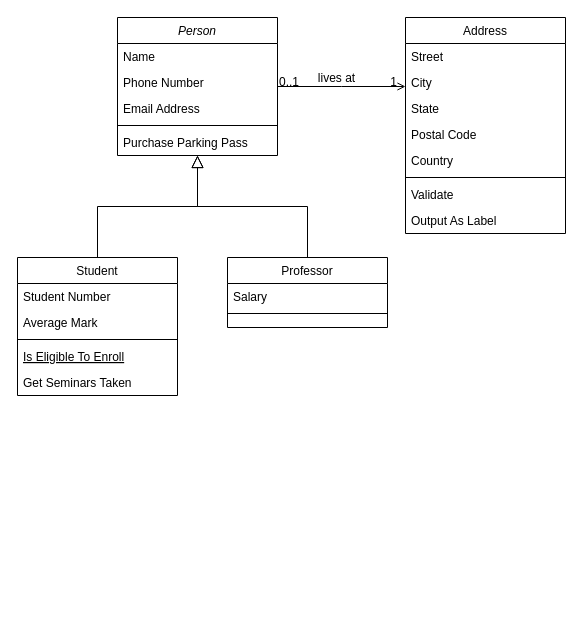
thitiwut1234/React_Course keeps this draw.io diagram as DB.drawio. Above is the earlier version. Source tidied: cells renumbered, new cells numbered last; positions are measured from the earlier drawing's top-left corner, leaving out a move shared by most shapes. Both pictures are drawn from the tidied source at 100%, with x=0, y=0 at pixel (17, 17).
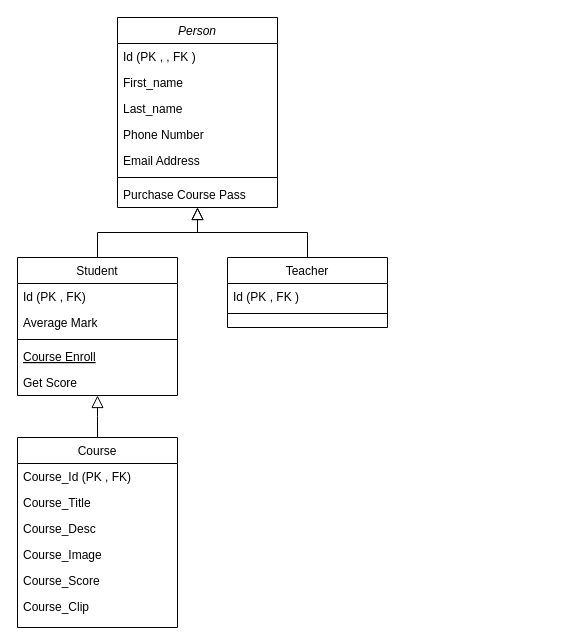
The same page after the edit.

Unchanged cells that the change refers to:
```xml
<mxCell id="8" value="Student" style="swimlane;fontStyle=0;align=center;verticalAlign=top;horizontal=1;startSize=26;rounded=0;shadow=0;strokeWidth=1;" parent="1" vertex="1">
  <mxGeometry y="240" width="160" height="138" as="geometry" />
</mxCell>
```

Change to the diagram source:
```diff
@@
     <mxCell id="2" value="Person" style="swimlane;fontStyle=2;align=center;verticalAlign=top;horizontal=1;startSize=26;rounded=0;shadow=0;strokeWidth=1;" parent="1" vertex="1">
-      <mxGeometry x="100" width="160" height="138" as="geometry" />
+      <mxGeometry x="100" width="160" height="190" as="geometry" />
     </mxCell>
-    <mxCell id="3" value="Name" style="text;align=left;verticalAlign=top;spacingLeft=4;spacingRight=4;overflow=hidden;" parent="2" vertex="1">
+    <mxCell id="3" value="Id (PK , , FK ) " style="text;align=left;verticalAlign=top;spacingLeft=4;spacingRight=4;overflow=hidden;" parent="2" vertex="1">
       <mxGeometry y="26" width="160" height="26" as="geometry" />
     </mxCell>
+    <mxCell id="32" value="First_name" style="text;align=left;verticalAlign=top;spacingLeft=4;spacingRight=4;overflow=hidden;" parent="2" vertex="1">
+      <mxGeometry y="52" width="160" height="26" as="geometry" />
+    </mxCell>
+    <mxCell id="33" value="Last_name" style="text;align=left;verticalAlign=top;spacingLeft=4;spacingRight=4;overflow=hidden;" parent="2" vertex="1">
+      <mxGeometry y="78" width="160" height="26" as="geometry" />
+    </mxCell>
     <mxCell id="4" value="Phone Number" style="text;align=left;verticalAlign=top;spacingLeft=4;spacingRight=4;overflow=hidden;rounded=0;shadow=0;html=0;" parent="2" vertex="1">
-      <mxGeometry y="52" width="160" height="26" as="geometry" />
+      <mxGeometry y="104" width="160" height="26" as="geometry" />
     </mxCell>
     <mxCell id="5" value="Email Address" style="text;align=left;verticalAlign=top;spacingLeft=4;spacingRight=4;overflow=hidden;rounded=0;shadow=0;html=0;" parent="2" vertex="1">
-      <mxGeometry y="78" width="160" height="26" as="geometry" />
+      <mxGeometry y="130" width="160" height="26" as="geometry" />
     </mxCell>
     <mxCell id="6" style="line;html=1;strokeWidth=1;align=left;verticalAlign=middle;spacingTop=-1;spacingLeft=3;spacingRight=3;labelPosition=right;" parent="2" vertex="1">
-      <mxGeometry y="104" width="160" height="8" as="geometry" />
+      <mxGeometry y="156" width="160" height="8" as="geometry" />
     </mxCell>
-    <mxCell id="7" value="Purchase Parking Pass" style="text;align=left;verticalAlign=top;spacingLeft=4;spacingRight=4;overflow=hidden;" parent="2" vertex="1">
-      <mxGeometry y="112" width="160" height="26" as="geometry" />
+    <mxCell id="7" value="Purchase Course Pass" style="text;align=left;verticalAlign=top;spacingLeft=4;spacingRight=4;overflow=hidden;" parent="2" vertex="1">
+      <mxGeometry y="164" width="160" height="26" as="geometry" />
     </mxCell>
@@
-    <mxCell id="9" value="Student Number" style="text;align=left;verticalAlign=top;spacingLeft=4;spacingRight=4;overflow=hidden;" parent="8" vertex="1">
+    <mxCell id="9" value="Id (PK , FK)" style="text;align=left;verticalAlign=top;spacingLeft=4;spacingRight=4;overflow=hidden;" parent="8" vertex="1">
       <mxGeometry y="26" width="160" height="26" as="geometry" />
     </mxCell>
@@
-    <mxCell id="12" value="Is Eligible To Enroll" style="text;align=left;verticalAlign=top;spacingLeft=4;spacingRight=4;overflow=hidden;fontStyle=4;" parent="8" vertex="1">
+    <mxCell id="12" value="Course Enroll" style="text;align=left;verticalAlign=top;spacingLeft=4;spacingRight=4;overflow=hidden;fontStyle=4;" parent="8" vertex="1">
       <mxGeometry y="86" width="160" height="26" as="geometry" />
     </mxCell>
-    <mxCell id="13" value="Get Seminars Taken" style="text;align=left;verticalAlign=top;spacingLeft=4;spacingRight=4;overflow=hidden;" parent="8" vertex="1">
+    <mxCell id="13" value="Get Score" style="text;align=left;verticalAlign=top;spacingLeft=4;spacingRight=4;overflow=hidden;" parent="8" vertex="1">
       <mxGeometry y="112" width="160" height="26" as="geometry" />
     </mxCell>
@@
-    <mxCell id="15" value="Professor" style="swimlane;fontStyle=0;align=center;verticalAlign=top;horizontal=1;startSize=26;rounded=0;shadow=0;strokeWidth=1;" parent="1" vertex="1">
+    <mxCell id="15" value="Teacher" style="swimlane;fontStyle=0;align=center;verticalAlign=top;horizontal=1;startSize=26;rounded=0;shadow=0;strokeWidth=1;" parent="1" vertex="1">
       <mxGeometry x="210" y="240" width="160" height="70" as="geometry" />
     </mxCell>
-    <mxCell id="16" value="Salary" style="text;align=left;verticalAlign=top;spacingLeft=4;spacingRight=4;overflow=hidden;" parent="15" vertex="1">
+    <mxCell id="16" value="Id (PK , FK )" style="text;align=left;verticalAlign=top;spacingLeft=4;spacingRight=4;overflow=hidden;" parent="15" vertex="1">
       <mxGeometry y="26" width="160" height="26" as="geometry" />
     </mxCell>
@@
-    <mxCell id="19" value="Address" style="swimlane;fontStyle=0;align=center;verticalAlign=top;horizontal=1;startSize=26;rounded=0;shadow=0;strokeWidth=1;" parent="1" vertex="1">
-      <mxGeometry x="388" width="160" height="216" as="geometry" />
-    </mxCell>
-    <mxCell id="20" value="Street" style="text;align=left;verticalAlign=top;spacingLeft=4;spacingRight=4;overflow=hidden;" parent="19" vertex="1">
-      <mxGeometry y="26" width="160" height="26" as="geometry" />
-    </mxCell>
-    <mxCell id="21" value="City" style="text;align=left;verticalAlign=top;spacingLeft=4;spacingRight=4;overflow=hidden;rounded=0;shadow=0;html=0;" parent="19" vertex="1">
-      <mxGeometry y="52" width="160" height="26" as="geometry" />
-    </mxCell>
-    <mxCell id="22" value="State" style="text;align=left;verticalAlign=top;spacingLeft=4;spacingRight=4;overflow=hidden;rounded=0;shadow=0;html=0;" parent="19" vertex="1">
-      <mxGeometry y="78" width="160" height="26" as="geometry" />
-    </mxCell>
-    <mxCell id="23" value="Postal Code" style="text;align=left;verticalAlign=top;spacingLeft=4;spacingRight=4;overflow=hidden;rounded=0;shadow=0;html=0;" parent="19" vertex="1">
-      <mxGeometry y="104" width="160" height="26" as="geometry" />
-    </mxCell>
-    <mxCell id="24" value="Country" style="text;align=left;verticalAlign=top;spacingLeft=4;spacingRight=4;overflow=hidden;rounded=0;shadow=0;html=0;" parent="19" vertex="1">
-      <mxGeometry y="130" width="160" height="26" as="geometry" />
-    </mxCell>
-    <mxCell id="25" style="line;html=1;strokeWidth=1;align=left;verticalAlign=middle;spacingTop=-1;spacingLeft=3;spacingRight=3;labelPosition=right;" parent="19" vertex="1">
-      <mxGeometry y="156" width="160" height="8" as="geometry" />
-    </mxCell>
-    <mxCell id="26" value="Validate" style="text;align=left;verticalAlign=top;spacingLeft=4;spacingRight=4;overflow=hidden;" parent="19" vertex="1">
-      <mxGeometry y="164" width="160" height="26" as="geometry" />
-    </mxCell>
-    <mxCell id="27" value="Output As Label" style="text;align=left;verticalAlign=top;spacingLeft=4;spacingRight=4;overflow=hidden;" parent="19" vertex="1">
-      <mxGeometry y="190" width="160" height="26" as="geometry" />
-    </mxCell>
-    <mxCell id="28" style="endArrow=open;shadow=0;strokeWidth=1;rounded=0;endFill=1;edgeStyle=elbowEdgeStyle;elbow=vertical;" parent="1" edge="1" source="2" target="19">
-      <mxGeometry x="0.5" y="41" relative="1" as="geometry">
-        <mxPoint x="-40" y="32" as="offset" />
-      </mxGeometry>
-    </mxCell>
-    <mxCell id="29" value="0..1" style="align=left;verticalAlign=bottom;labelBackgroundColor=none;fontSize=12;" parent="28" vertex="1">
-      <mxGeometry x="-1" relative="1" as="geometry">
-        <mxPoint y="4" as="offset" />
-      </mxGeometry>
-    </mxCell>
-    <mxCell id="30" value="1" style="align=right;verticalAlign=bottom;labelBackgroundColor=none;fontSize=12;" parent="28" vertex="1">
-      <mxGeometry x="1" relative="1" as="geometry">
-        <mxPoint x="-7" y="4" as="offset" />
-      </mxGeometry>
-    </mxCell>
-    <mxCell id="31" value="lives at" style="text;html=1;align=center;verticalAlign=middle;labelBackgroundColor=none;rounded=0;shadow=0;strokeWidth=1;fontSize=12;" parent="28" vertex="1">
-      <mxGeometry x="0.5" y="49" relative="1" as="geometry">
-        <mxPoint x="-38" y="40" as="offset" />
-      </mxGeometry>
-    </mxCell>
+    <mxCell id="34" style="endArrow=block;endSize=10;endFill=0;shadow=0;strokeWidth=1;rounded=0;edgeStyle=elbowEdgeStyle;elbow=vertical;" parent="1" edge="1">
+      <mxGeometry relative="1" as="geometry">
+        <mxPoint x="80" y="420" as="sourcePoint" />
+        <mxPoint x="80" y="378" as="targetPoint" />
+      </mxGeometry>
+    </mxCell>
+    <mxCell id="35" value="Course" style="swimlane;fontStyle=0;align=center;verticalAlign=top;horizontal=1;startSize=26;rounded=0;shadow=0;strokeWidth=1;" parent="1" vertex="1">
+      <mxGeometry y="420" width="160" height="190" as="geometry" />
+    </mxCell>
+    <mxCell id="36" value="Course_Id (PK , FK)" style="text;align=left;verticalAlign=top;spacingLeft=4;spacingRight=4;overflow=hidden;" parent="35" vertex="1">
+      <mxGeometry y="26" width="160" height="26" as="geometry" />
+    </mxCell>
+    <mxCell id="37" value="Course_Title" style="text;align=left;verticalAlign=top;spacingLeft=4;spacingRight=4;overflow=hidden;rounded=0;shadow=0;html=0;" parent="35" vertex="1">
+      <mxGeometry y="52" width="160" height="26" as="geometry" />
+    </mxCell>
+    <mxCell id="38" value="Course_Desc" style="text;align=left;verticalAlign=top;spacingLeft=4;spacingRight=4;overflow=hidden;rounded=0;shadow=0;html=0;" parent="35" vertex="1">
+      <mxGeometry y="78" width="160" height="26" as="geometry" />
+    </mxCell>
+    <mxCell id="39" value="Course_Image" style="text;align=left;verticalAlign=top;spacingLeft=4;spacingRight=4;overflow=hidden;rounded=0;shadow=0;html=0;" parent="35" vertex="1">
+      <mxGeometry y="104" width="160" height="26" as="geometry" />
+    </mxCell>
+    <mxCell id="40" value="Course_Score" style="text;align=left;verticalAlign=top;spacingLeft=4;spacingRight=4;overflow=hidden;rounded=0;shadow=0;html=0;" parent="35" vertex="1">
+      <mxGeometry y="130" width="160" height="26" as="geometry" />
+    </mxCell>
+    <mxCell id="41" value="Course_Clip" style="text;align=left;verticalAlign=top;spacingLeft=4;spacingRight=4;overflow=hidden;rounded=0;shadow=0;html=0;" parent="35" vertex="1">
+      <mxGeometry y="156" width="160" height="26" as="geometry" />
+    </mxCell>
```
